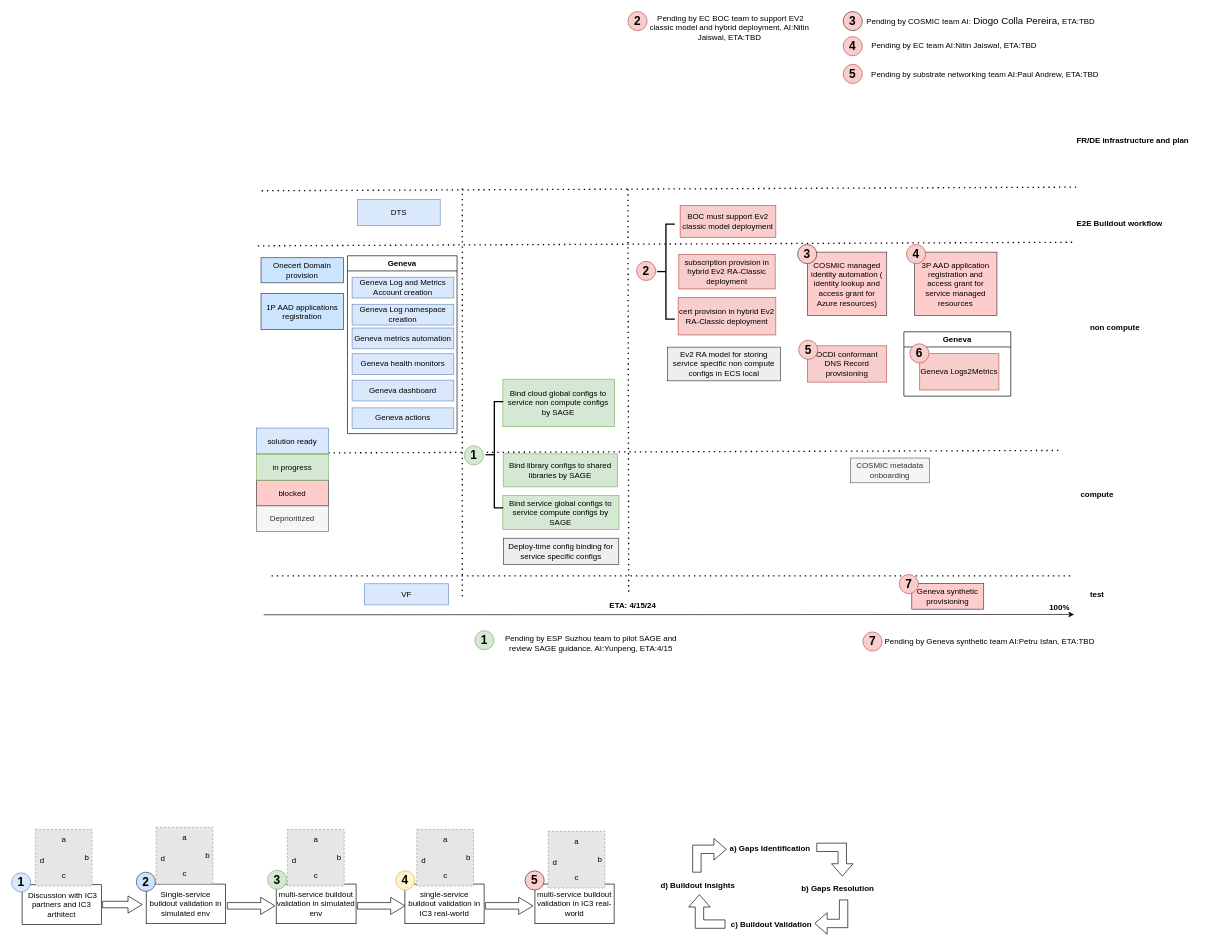
Earlier version of the draw.io diagram page "automation status overview" (9 of 10) of buildout.drawio (nonly/timewheel). Source tidied: cells renumbered, new cells numbered last; positions are measured from the earlier drawing's top-left corner, leaving out a move shared by most shapes. Both pictures are drawn from the tidied source at 66%, with x=0, y=0 at pixel (11, 11). Pictures stored in the file or linked from it are replaced by grey dashed boxes.
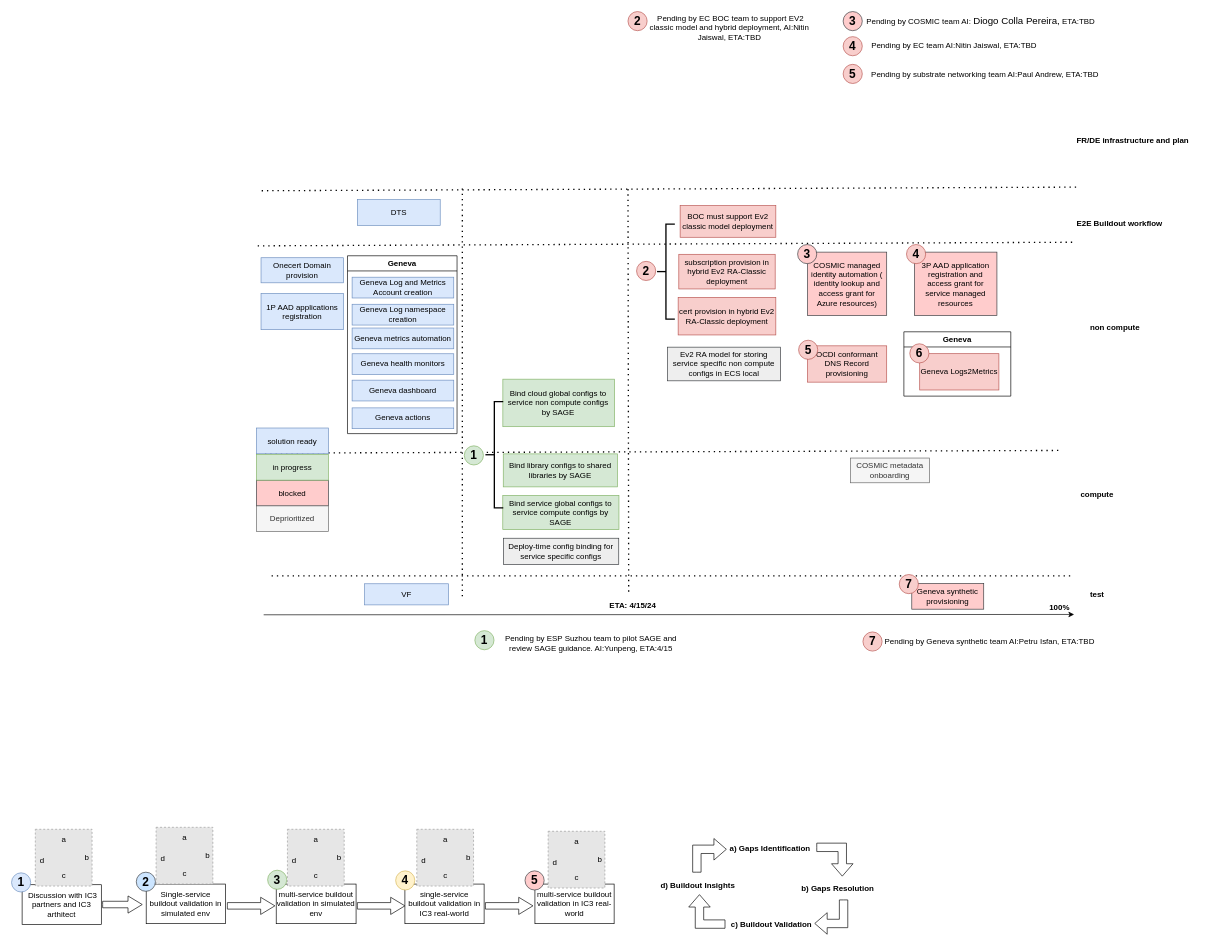
The same diagram, later.

Diff of the diagram source:
```diff
@@
-    <mxCell id="6" value="Onecert Domain provision" style="rounded=0;whiteSpace=wrap;html=1;fillColor=#cce5ff;strokeColor=#36393d;" parent="1" vertex="1">
+    <mxCell id="6" value="Onecert Domain provision" style="rounded=0;whiteSpace=wrap;html=1;fillColor=#dae8fc;strokeColor=#6c8ebf;" parent="1" vertex="1">
       <mxGeometry x="378" y="373" width="125" height="38" as="geometry" />
     </mxCell>
@@
-    <mxCell id="110" value="1P AAD applications registration" style="rounded=0;whiteSpace=wrap;html=1;fillColor=#cce5ff;strokeColor=#36393d;" parent="1" vertex="1">
+    <mxCell id="110" value="1P AAD applications registration" style="rounded=0;whiteSpace=wrap;html=1;fillColor=#dae8fc;strokeColor=#6c8ebf;" parent="1" vertex="1">
       <mxGeometry x="378" y="427" width="125" height="55" as="geometry" />
     </mxCell>
```
